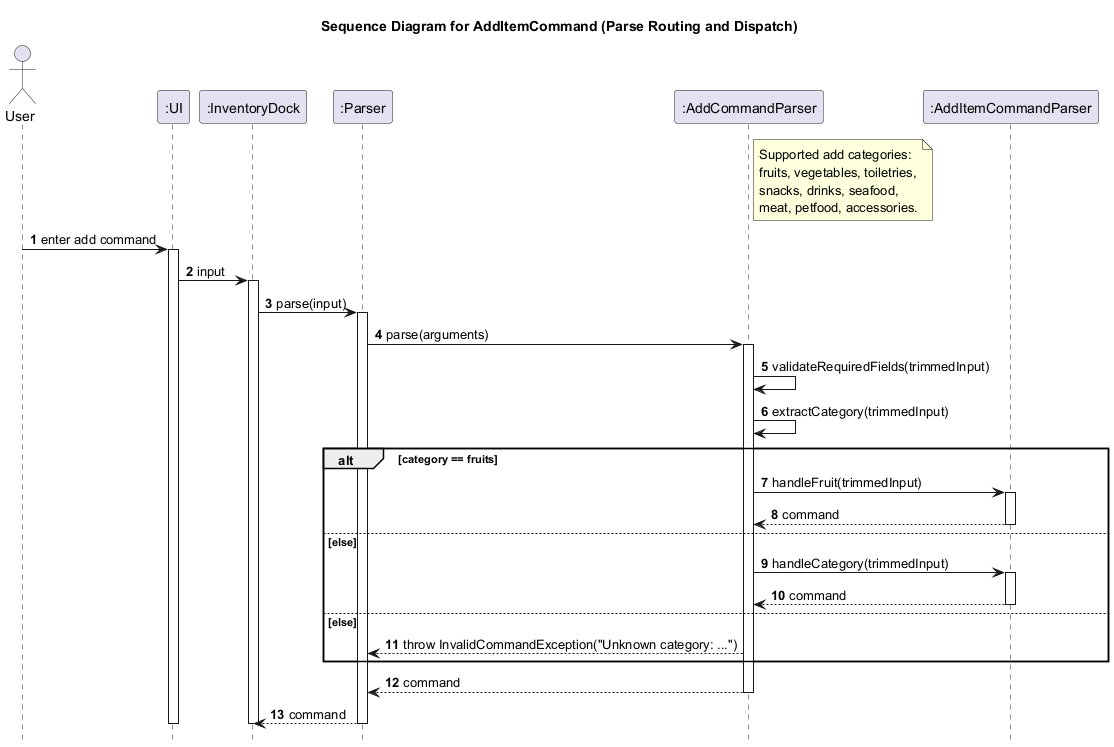
w-chuhao/tp keeps this PlantUML diagram as docs/diagrams/sequence/AddItemCommandParseRoutingFlow.png. Above is the earlier version.
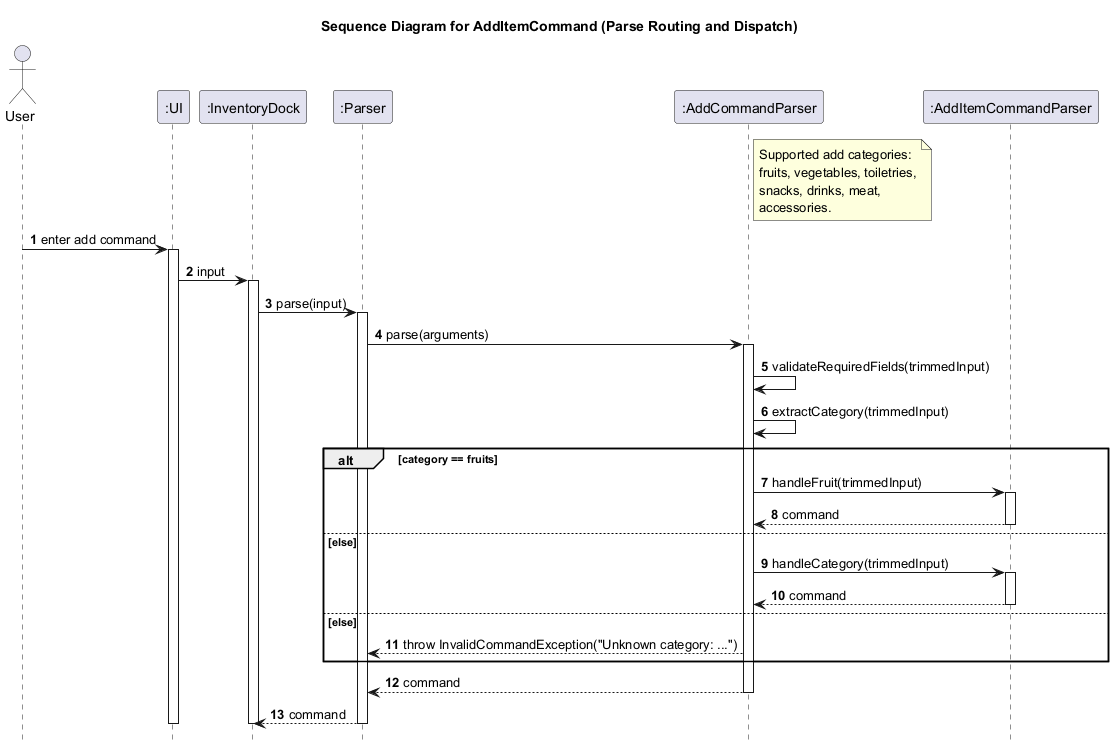
The same diagram one commit later.

Change to the diagram source:
```diff
@@ -14,8 +14,8 @@
 note right of AddCommandParser
 Supported add categories:
 fruits, vegetables, toiletries,
-snacks, drinks, seafood,
-meat, petfood, accessories.
+snacks, drinks, meat,
+accessories.
 end note
 
 User -> UI: enter add command
```
